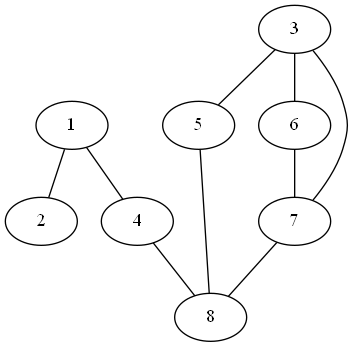
The Graphviz diagram dz4/graph1.png in Whatislove00/Dz2, before a commit. Its source is kept beside it as dz4/graph1.dot.
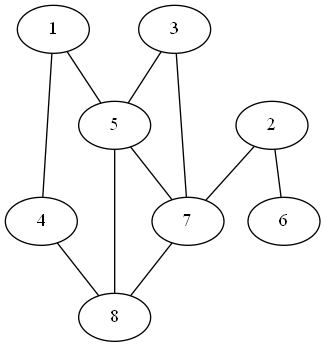
The same file after the commit.

Diff of the diagram source:
```diff
@@ -7,13 +7,14 @@
 6;
 7;
 8;
-1 -- 2;
 1 -- 4;
+1 -- 5;
+2 -- 6;
+2 -- 7;
 3 -- 5;
-3 -- 6;
 3 -- 7;
 4 -- 8;
+5 -- 7;
 5 -- 8;
-6 -- 7;
 7 -- 8;
 }
```
